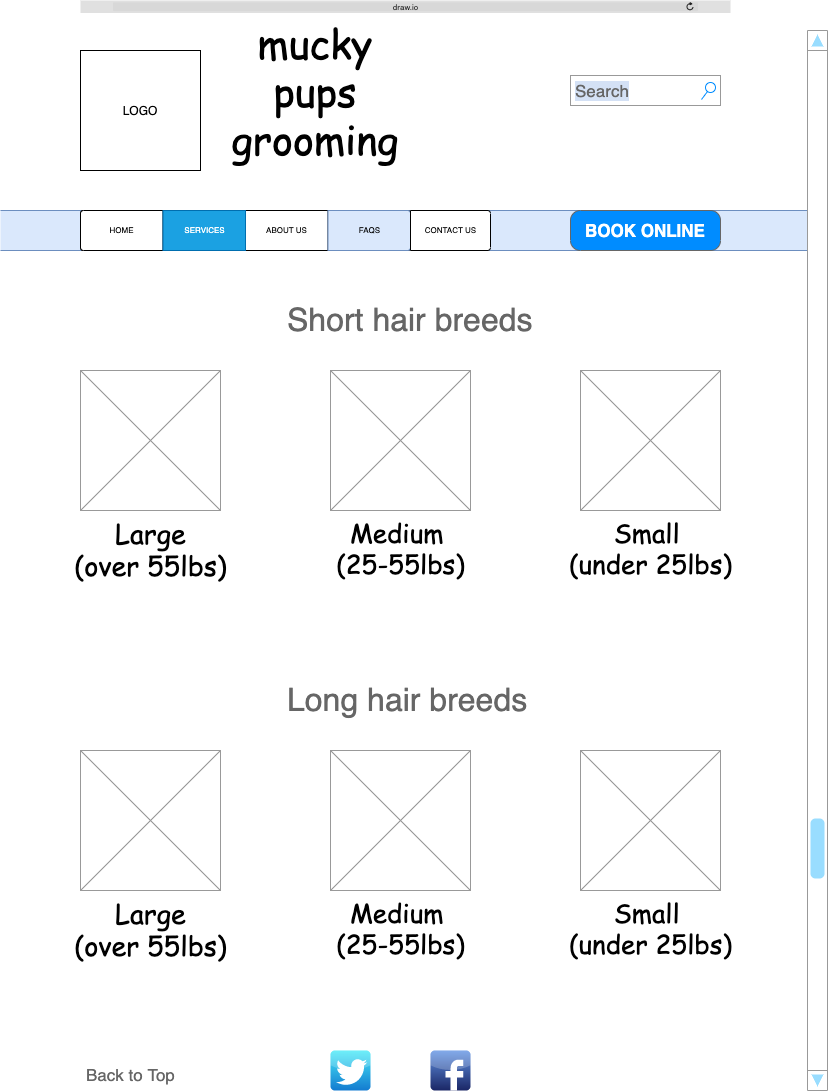
scottietex/scottietex.github.io keeps this draw.io diagram as WireFrames/Services Page.png. Above is the earlier version. Source tidied: cells renumbered, new cells last; positions are measured from the earlier drawing's top-left corner, leaving out a move shared by most shapes.
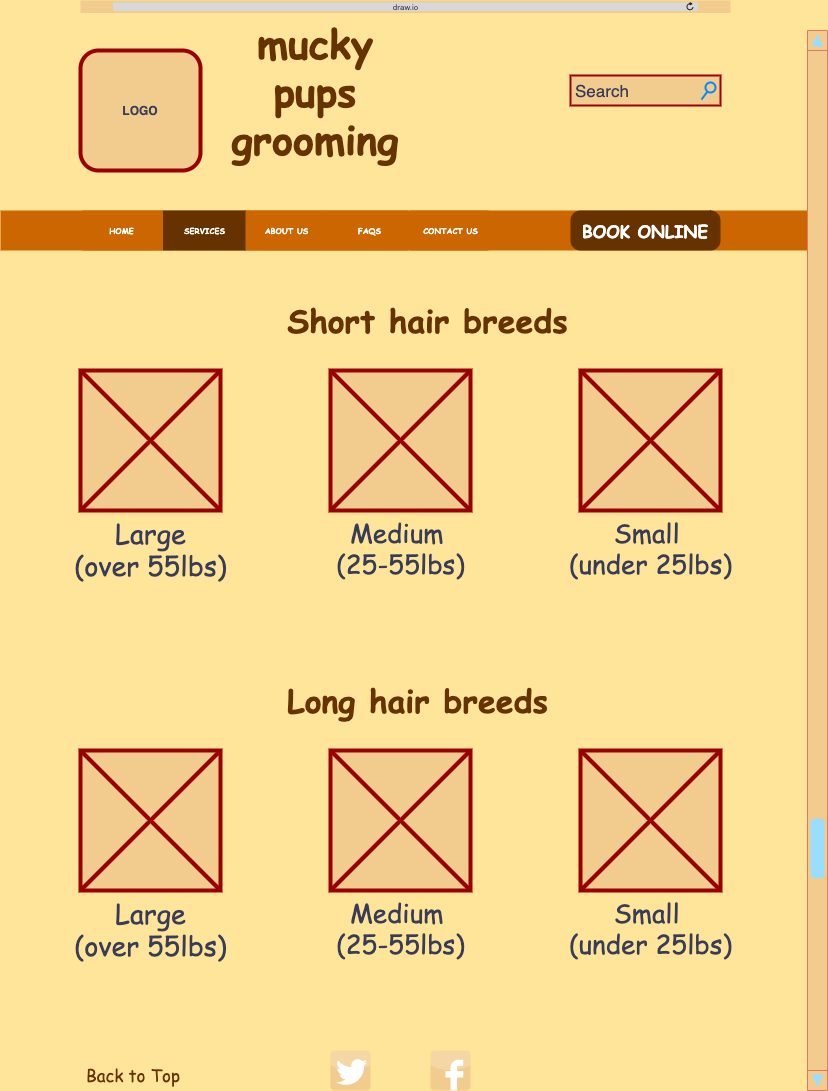
The same file after the commit.

Change to the diagram source:
```diff
@@ -1,77 +1,77 @@
-<mxGraphModel background="#FFFFFF">
+<mxGraphModel background="#FFE599">
   <root>
     <mxCell id="0" />
     <mxCell id="1" parent="0" />
-    <mxCell id="2" style="shape=partialRectangle;whiteSpace=wrap;html=1;left=0;right=0;fillColor=#dae8fc;labelBackgroundColor=#D4E1F5;fontFamily=Comic Sans MS;fontSize=26;strokeColor=#6c8ebf;" parent="1" vertex="1">
+    <mxCell id="2" style="shape=partialRectangle;whiteSpace=wrap;html=1;left=0;right=0;fontFamily=Comic Sans MS;fontSize=26;labelBackgroundColor=#F4F1DE;fontColor=#393C56;rounded=1;fillColor=#CC6600;strokeColor=none;" parent="1" vertex="1">
       <mxGeometry y="210" width="810" height="40" as="geometry" />
     </mxCell>
-    <mxCell id="3" value="mucky&lt;br style=&quot;font-size: 40px;&quot;&gt;pups&lt;br style=&quot;font-size: 40px;&quot;&gt;grooming" style="text;html=1;strokeColor=none;fillColor=none;align=center;verticalAlign=middle;whiteSpace=wrap;rounded=0;fontFamily=Comic Sans MS;fontSize=40;" parent="1" vertex="1">
+    <mxCell id="3" value="mucky&lt;br style=&quot;font-size: 40px;&quot;&gt;pups&lt;br style=&quot;font-size: 40px;&quot;&gt;grooming" style="text;html=1;strokeColor=none;fillColor=none;align=center;verticalAlign=middle;whiteSpace=wrap;fontFamily=Comic Sans MS;fontSize=40;rounded=1;fontStyle=1;fontColor=#663300;" parent="1" vertex="1">
       <mxGeometry x="140" y="25" width="350" height="130" as="geometry" />
     </mxCell>
-    <mxCell id="4" value="LOGO" style="whiteSpace=wrap;html=1;" parent="1" vertex="1">
+    <mxCell id="4" value="LOGO" style="whiteSpace=wrap;html=1;fillColor=#F2CC8F;fontColor=#393C56;rounded=1;fontStyle=1;labelBorderColor=none;strokeWidth=4;strokeColor=#990000;" parent="1" vertex="1">
       <mxGeometry x="80" y="50" width="120" height="120" as="geometry" />
     </mxCell>
-    <mxCell id="5" style="html=1;strokeWidth=1;shadow=0;dashed=0;shape=mxgraph.ios7ui.rrect;rSize=3;fontFamily=Comic Sans MS;fontSize=35;labelBorderColor=#000000;" parent="1" vertex="1">
+    <mxCell id="5" style="html=1;strokeWidth=1;shadow=0;dashed=0;shape=mxgraph.ios7ui.rrect;rSize=3;fontFamily=Comic Sans MS;fontSize=35;labelBorderColor=#000000;rounded=1;fontColor=#FFFFFF;strokeColor=none;fontStyle=1;fillColor=none;" parent="1" vertex="1">
       <mxGeometry x="80" y="210" width="330" height="40" as="geometry" />
     </mxCell>
-    <mxCell id="6" value="HOME" style="strokeColor=inherit;fillColor=inherit;gradientColor=inherit;html=1;strokeWidth=1;shadow=0;dashed=0;shape=mxgraph.ios7ui.leftButton;rSize=3;fontSize=8;labelBackgroundColor=none;" parent="5" vertex="1">
+    <mxCell id="6" value="HOME" style="html=1;strokeWidth=1;shadow=0;dashed=0;shape=mxgraph.ios7ui.leftButton;rSize=3;fontSize=8;labelBackgroundColor=none;rounded=1;fillColor=#CC6600;fontColor=#FFFFFF;strokeColor=none;fontStyle=1;fontFamily=Comic Sans MS;" parent="5" vertex="1">
       <mxGeometry width="82.5" height="40" as="geometry" />
     </mxCell>
-    <mxCell id="7" value="ABOUT US" style="strokeColor=inherit;fillColor=inherit;gradientColor=inherit;html=1;strokeWidth=1;shadow=0;dashed=0;shape=mxgraph.ios7ui.rrect;rSize=0;fontSize=8;" parent="5" vertex="1">
+    <mxCell id="7" value="ABOUT US" style="html=1;strokeWidth=1;shadow=0;dashed=0;shape=mxgraph.ios7ui.rrect;rSize=0;fontSize=8;rounded=1;fillColor=#CC6600;fontColor=#FFFFFF;strokeColor=none;fontStyle=1;fontFamily=Comic Sans MS;" parent="5" vertex="1">
       <mxGeometry x="165" width="82.5" height="40" as="geometry" />
     </mxCell>
-    <mxCell id="8" value="FAQS" style="strokeColor=#6c8ebf;fillColor=#dae8fc;html=1;strokeWidth=1;shadow=0;dashed=0;shape=mxgraph.ios7ui.rightButton;rSize=3;fontSize=8;labelBorderColor=none;" parent="5" vertex="1">
+    <mxCell id="8" value="FAQS" style="html=1;strokeWidth=1;shadow=0;dashed=0;shape=mxgraph.ios7ui.rightButton;rSize=3;fontSize=8;labelBorderColor=none;rounded=1;fillColor=#CC6600;fontColor=#FFFFFF;strokeColor=none;fontFamily=Comic Sans MS;fontStyle=1;" parent="5" vertex="1">
       <mxGeometry x="247.5" width="82.5" height="40" as="geometry" />
     </mxCell>
-    <mxCell id="9" value="SERVICES" style="html=1;strokeWidth=1;shadow=0;dashed=0;shape=mxgraph.ios7ui.rrect;rSize=0;strokeColor=#006EAF;fontSize=8;labelBackgroundColor=none;fillColor=#1ba1e2;fontColor=#ffffff;" parent="5" vertex="1">
+    <mxCell id="9" value="SERVICES" style="html=1;strokeWidth=1;shadow=0;dashed=0;shape=mxgraph.ios7ui.rrect;rSize=0;fontSize=8;labelBackgroundColor=none;rounded=1;fontColor=#FFFFFF;fillColor=#663300;strokeColor=none;fontStyle=1;fontFamily=Comic Sans MS;" parent="5" vertex="1">
       <mxGeometry x="82.5" width="82.5" height="40" as="geometry" />
     </mxCell>
-    <mxCell id="10" value="draw.io" style="html=1;strokeWidth=1;shadow=0;dashed=0;shape=mxgraph.ios7ui.url;fillColor=#e0e0e0;strokeColor=#c0c0c0;buttonText=;strokeColor2=#222222;fontColor=#222222;fontSize=8;spacingTop=2;align=center;" parent="1" vertex="1">
+    <mxCell id="10" value="draw.io" style="html=1;strokeWidth=1;shadow=0;dashed=0;shape=mxgraph.ios7ui.url;fillColor=#F2CC8F;strokeColor=#E07A5F;buttonText=;strokeColor2=#222222;fontColor=#393C56;fontSize=8;spacingTop=2;align=center;rounded=1;" parent="1" vertex="1">
       <mxGeometry x="80" width="650" height="12.5" as="geometry" />
     </mxCell>
-    <mxCell id="11" value="CONTACT US" style="strokeColor=inherit;fillColor=inherit;gradientColor=inherit;html=1;strokeWidth=1;shadow=0;dashed=0;shape=mxgraph.ios7ui.rightButton;rSize=3;fontSize=8;" parent="1" vertex="1">
+    <mxCell id="11" value="CONTACT US" style="html=1;strokeWidth=1;shadow=0;dashed=0;shape=mxgraph.ios7ui.rightButton;rSize=3;fontSize=8;rounded=1;fillColor=#CC6600;fontColor=#FFFFFF;strokeColor=none;fontFamily=Comic Sans MS;fontStyle=1;" parent="1" vertex="1">
       <mxGeometry x="410" y="210" width="80" height="40" as="geometry" />
     </mxCell>
-    <mxCell id="12" value="Search" style="strokeWidth=1;shadow=0;dashed=0;align=center;html=1;shape=mxgraph.mockup.forms.searchBox;strokeColor=#999999;mainText=;strokeColor2=#008cff;fontColor=#666666;fontSize=17;align=left;spacingLeft=3;labelBackgroundColor=#D4E1F5;fillColor=#ffffff;" parent="1" vertex="1">
+    <mxCell id="12" value="Search" style="strokeWidth=2;shadow=0;dashed=0;align=center;html=1;shape=mxgraph.mockup.forms.searchBox;mainText=;strokeColor2=#008cff;fontColor=#393C56;fontSize=17;align=left;spacingLeft=3;fillColor=#F2CC8F;labelBackgroundColor=none;rounded=1;strokeColor=#990000;" parent="1" vertex="1">
       <mxGeometry x="570" y="75" width="150" height="30" as="geometry" />
     </mxCell>
-    <mxCell id="13" style="verticalLabelPosition=bottom;shadow=0;dashed=0;align=center;html=1;verticalAlign=top;strokeWidth=1;shape=mxgraph.mockup.navigation.scrollBar;strokeColor=#999999;barPos=20;fillColor2=#99ddff;strokeColor2=none;direction=north;labelBackgroundColor=#D4E1F5;fillColor=#ffffff;fontFamily=Comic Sans MS;fontSize=26;fontColor=#000000;" parent="1" vertex="1">
+    <mxCell id="13" style="verticalLabelPosition=bottom;shadow=0;dashed=0;align=center;html=1;verticalAlign=top;strokeWidth=1;shape=mxgraph.mockup.navigation.scrollBar;strokeColor=#E07A5F;barPos=20;fillColor2=#99ddff;strokeColor2=none;direction=north;fillColor=#F2CC8F;fontFamily=Comic Sans MS;fontSize=26;fontColor=#393C56;labelBackgroundColor=#F4F1DE;rounded=1;" parent="1" vertex="1">
       <mxGeometry x="807" y="30" width="20" height="1060" as="geometry" />
     </mxCell>
-    <mxCell id="14" value="BOOK ONLINE" style="strokeWidth=1;shadow=0;dashed=0;align=center;html=1;shape=mxgraph.mockup.buttons.button;strokeColor=#666666;fontColor=#ffffff;mainText=;buttonStyle=round;fontSize=17;fontStyle=1;fillColor=#008cff;whiteSpace=wrap;labelBackgroundColor=none;" parent="1" vertex="1">
+    <mxCell id="14" value="BOOK ONLINE" style="strokeWidth=1;shadow=0;dashed=0;align=center;html=1;shape=mxgraph.mockup.buttons.button;mainText=;buttonStyle=round;fontSize=17;fontStyle=1;whiteSpace=wrap;labelBackgroundColor=none;rounded=1;fillColor=#663300;fontColor=#FFFFFF;strokeColor=none;fontFamily=Comic Sans MS;" parent="1" vertex="1">
       <mxGeometry x="570" y="210" width="150" height="40" as="geometry" />
     </mxCell>
-    <mxCell id="15" style="dashed=0;html=1;align=center;labelPosition=center;verticalLabelPosition=bottom;verticalAlign=top;shape=mxgraph.webicons.facebook;fillColor=#6294E4;gradientColor=#1A2665;labelBackgroundColor=none;fontFamily=Comic Sans MS;fontSize=26;fontColor=#000000;" parent="1" vertex="1">
+    <mxCell id="15" style="dashed=0;html=1;align=center;labelPosition=center;verticalLabelPosition=bottom;verticalAlign=top;shape=mxgraph.webicons.facebook;fillColor=#F2CC8F;labelBackgroundColor=none;fontFamily=Comic Sans MS;fontSize=26;fontColor=#393C56;strokeColor=#E07A5F;rounded=1;" parent="1" vertex="1">
       <mxGeometry x="430" y="1050" width="40" height="40" as="geometry" />
     </mxCell>
-    <mxCell id="16" style="dashed=0;html=1;align=center;labelPosition=center;verticalLabelPosition=bottom;verticalAlign=top;shape=mxgraph.webicons.twitter;fillColor=#49EAF7;gradientColor=#137BD0;labelBackgroundColor=none;fontFamily=Comic Sans MS;fontSize=26;fontColor=#000000;" parent="1" vertex="1">
+    <mxCell id="16" style="dashed=0;html=1;align=center;labelPosition=center;verticalLabelPosition=bottom;verticalAlign=top;shape=mxgraph.webicons.twitter;fillColor=#F2CC8F;labelBackgroundColor=none;fontFamily=Comic Sans MS;fontSize=26;fontColor=#393C56;strokeColor=#E07A5F;rounded=1;" parent="1" vertex="1">
       <mxGeometry x="330" y="1050" width="40" height="40" as="geometry" />
     </mxCell>
-    <mxCell id="17" value="Short hair breeds" style="strokeWidth=1;shadow=0;dashed=0;align=center;html=1;shape=mxgraph.mockup.text.textBox;fontColor=#666666;align=left;fontSize=32;spacingLeft=4;spacingTop=-3;mainText=;labelBackgroundColor=none;fillColor=#ffffff;strokeColor=none;" parent="1" vertex="1">
+    <mxCell id="17" value="Short hair breeds" style="strokeWidth=1;shadow=0;dashed=0;align=center;html=1;shape=mxgraph.mockup.text.textBox;align=left;fontSize=32;spacingLeft=4;spacingTop=-3;mainText=;labelBackgroundColor=none;strokeColor=none;rounded=1;fontColor=#663300;fontFamily=Comic Sans MS;fillColor=none;fontStyle=1;" parent="1" vertex="1">
       <mxGeometry x="281" y="290" width="265" height="60" as="geometry" />
     </mxCell>
-    <mxCell id="18" value="&lt;font style=&quot;font-size: 27px&quot;&gt;Large&lt;br&gt;(over 55lbs)&lt;br style=&quot;font-size: 27px&quot;&gt;&lt;/font&gt;" style="verticalLabelPosition=bottom;shadow=0;dashed=0;align=center;html=1;verticalAlign=top;strokeWidth=1;shape=mxgraph.mockup.graphics.simpleIcon;strokeColor=#999999;fillColor=#ffffff;labelBackgroundColor=none;fontFamily=Comic Sans MS;fontSize=27;fontColor=#000000;" parent="1" vertex="1">
+    <mxCell id="18" value="&lt;font style=&quot;font-size: 27px&quot;&gt;Large&lt;br&gt;(over 55lbs)&lt;br style=&quot;font-size: 27px&quot;&gt;&lt;/font&gt;" style="verticalLabelPosition=bottom;shadow=0;dashed=0;align=center;html=1;verticalAlign=top;strokeWidth=4;shape=mxgraph.mockup.graphics.simpleIcon;fillColor=#F2CC8F;labelBackgroundColor=none;fontFamily=Comic Sans MS;fontSize=27;fontColor=#393C56;rounded=1;strokeColor=#990000;" parent="1" vertex="1">
       <mxGeometry x="80" y="370" width="140" height="140" as="geometry" />
     </mxCell>
-    <mxCell id="19" value="Medium &lt;br&gt;(25-55lbs)" style="verticalLabelPosition=bottom;shadow=0;dashed=0;align=center;html=1;verticalAlign=top;strokeWidth=1;shape=mxgraph.mockup.graphics.simpleIcon;strokeColor=#999999;fillColor=#ffffff;labelBackgroundColor=none;fontFamily=Comic Sans MS;fontSize=26;fontColor=#000000;" parent="1" vertex="1">
+    <mxCell id="19" value="Medium &lt;br&gt;(25-55lbs)" style="verticalLabelPosition=bottom;shadow=0;dashed=0;align=center;html=1;verticalAlign=top;strokeWidth=4;shape=mxgraph.mockup.graphics.simpleIcon;fillColor=#F2CC8F;labelBackgroundColor=none;fontFamily=Comic Sans MS;fontSize=26;fontColor=#393C56;rounded=1;strokeColor=#990000;" parent="1" vertex="1">
       <mxGeometry x="330" y="370" width="140" height="140" as="geometry" />
     </mxCell>
-    <mxCell id="20" value="Small &lt;br&gt;(under 25lbs)" style="verticalLabelPosition=bottom;shadow=0;dashed=0;align=center;html=1;verticalAlign=top;strokeWidth=1;shape=mxgraph.mockup.graphics.simpleIcon;strokeColor=#999999;fillColor=#ffffff;labelBackgroundColor=none;fontFamily=Comic Sans MS;fontSize=26;fontColor=#000000;" parent="1" vertex="1">
+    <mxCell id="20" value="Small &lt;br&gt;(under 25lbs)" style="verticalLabelPosition=bottom;shadow=0;dashed=0;align=center;html=1;verticalAlign=top;strokeWidth=4;shape=mxgraph.mockup.graphics.simpleIcon;fillColor=#F2CC8F;labelBackgroundColor=none;fontFamily=Comic Sans MS;fontSize=26;fontColor=#393C56;rounded=1;strokeColor=#990000;" parent="1" vertex="1">
       <mxGeometry x="580" y="370" width="140" height="140" as="geometry" />
     </mxCell>
-    <mxCell id="21" value="Long hair breeds" style="strokeWidth=1;shadow=0;dashed=0;align=center;html=1;shape=mxgraph.mockup.text.textBox;fontColor=#666666;align=left;fontSize=32;spacingLeft=4;spacingTop=-3;mainText=;labelBackgroundColor=none;fillColor=#ffffff;strokeColor=none;" parent="1" vertex="1">
+    <mxCell id="21" value="Long hair breeds" style="strokeWidth=1;shadow=0;dashed=0;align=center;html=1;shape=mxgraph.mockup.text.textBox;align=left;fontSize=32;spacingLeft=4;spacingTop=-3;mainText=;labelBackgroundColor=none;strokeColor=none;rounded=1;fillColor=none;fontFamily=Comic Sans MS;fontColor=#663300;fontStyle=1;" parent="1" vertex="1">
       <mxGeometry x="281" y="670" width="265" height="60" as="geometry" />
     </mxCell>
-    <mxCell id="22" value="&lt;font style=&quot;font-size: 27px&quot;&gt;Large&lt;br&gt;(over 55lbs)&lt;br style=&quot;font-size: 27px&quot;&gt;&lt;/font&gt;" style="verticalLabelPosition=bottom;shadow=0;dashed=0;align=center;html=1;verticalAlign=top;strokeWidth=1;shape=mxgraph.mockup.graphics.simpleIcon;strokeColor=#999999;fillColor=#ffffff;labelBackgroundColor=none;fontFamily=Comic Sans MS;fontSize=27;fontColor=#000000;" parent="1" vertex="1">
+    <mxCell id="22" value="&lt;font style=&quot;font-size: 27px&quot;&gt;Large&lt;br&gt;(over 55lbs)&lt;br style=&quot;font-size: 27px&quot;&gt;&lt;/font&gt;" style="verticalLabelPosition=bottom;shadow=0;dashed=0;align=center;html=1;verticalAlign=top;strokeWidth=4;shape=mxgraph.mockup.graphics.simpleIcon;fillColor=#F2CC8F;labelBackgroundColor=none;fontFamily=Comic Sans MS;fontSize=27;fontColor=#393C56;rounded=1;strokeColor=#990000;" parent="1" vertex="1">
       <mxGeometry x="80" y="750" width="140" height="140" as="geometry" />
     </mxCell>
-    <mxCell id="23" value="Medium &lt;br&gt;(25-55lbs)" style="verticalLabelPosition=bottom;shadow=0;dashed=0;align=center;html=1;verticalAlign=top;strokeWidth=1;shape=mxgraph.mockup.graphics.simpleIcon;strokeColor=#999999;fillColor=#ffffff;labelBackgroundColor=none;fontFamily=Comic Sans MS;fontSize=26;fontColor=#000000;" parent="1" vertex="1">
+    <mxCell id="23" value="Medium &lt;br&gt;(25-55lbs)" style="verticalLabelPosition=bottom;shadow=0;dashed=0;align=center;html=1;verticalAlign=top;strokeWidth=4;shape=mxgraph.mockup.graphics.simpleIcon;fillColor=#F2CC8F;labelBackgroundColor=none;fontFamily=Comic Sans MS;fontSize=26;fontColor=#393C56;rounded=1;strokeColor=#990000;" parent="1" vertex="1">
       <mxGeometry x="330" y="750" width="140" height="140" as="geometry" />
     </mxCell>
-    <mxCell id="24" value="Small &lt;br&gt;(under 25lbs)" style="verticalLabelPosition=bottom;shadow=0;dashed=0;align=center;html=1;verticalAlign=top;strokeWidth=1;shape=mxgraph.mockup.graphics.simpleIcon;strokeColor=#999999;fillColor=#ffffff;labelBackgroundColor=none;fontFamily=Comic Sans MS;fontSize=26;fontColor=#000000;" parent="1" vertex="1">
+    <mxCell id="24" value="Small &lt;br&gt;(under 25lbs)" style="verticalLabelPosition=bottom;shadow=0;dashed=0;align=center;html=1;verticalAlign=top;strokeWidth=4;shape=mxgraph.mockup.graphics.simpleIcon;fillColor=#F2CC8F;labelBackgroundColor=none;fontFamily=Comic Sans MS;fontSize=26;fontColor=#393C56;rounded=1;strokeColor=#990000;" parent="1" vertex="1">
       <mxGeometry x="580" y="750" width="140" height="140" as="geometry" />
     </mxCell>
-    <mxCell id="25" value="Back to Top" style="strokeWidth=1;shadow=0;dashed=0;align=center;html=1;shape=mxgraph.mockup.text.textBox;fontColor=#666666;align=left;fontSize=17;spacingLeft=4;spacingTop=-3;mainText=;labelBackgroundColor=none;fillColor=#ffffff;strokeColor=none;" parent="1" vertex="1">
+    <mxCell id="25" value="Back to Top" style="strokeWidth=1;shadow=0;dashed=0;align=center;html=1;shape=mxgraph.mockup.text.textBox;align=left;fontSize=17;spacingLeft=4;spacingTop=-3;mainText=;labelBackgroundColor=none;strokeColor=none;rounded=1;fillColor=none;fontFamily=Comic Sans MS;fontColor=#663300;" parent="1" vertex="1">
       <mxGeometry x="80" y="1060" width="150" height="30" as="geometry" />
     </mxCell>
   </root>
```
